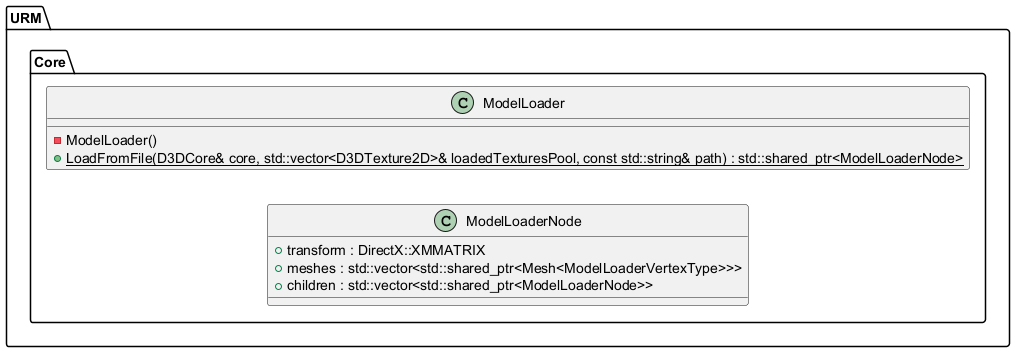
Above: Latex/images/UML/modelloader.png in MinikPLayer/MasterThesis_UniversalRenderingModule_D3D11 (PlantUML), before the change. Its diagram source:
```plantuml
@startuml
left to right direction






namespace URM {
	namespace Core {
		class ModelLoader {
			-ModelLoader()
			+{static} LoadFromFile(D3DCore& core, std::vector<D3DTexture2D>& loadedTexturesPool, const std::string& path) : std::shared_ptr<ModelLoaderNode>
		}

		class ModelLoaderNode {
			+transform : DirectX::XMMATRIX
			+meshes : std::vector<std::shared_ptr<Mesh<ModelLoaderVertexType>>>
			+children : std::vector<std::shared_ptr<ModelLoaderNode>>
		}
	}
}



















@enduml
```
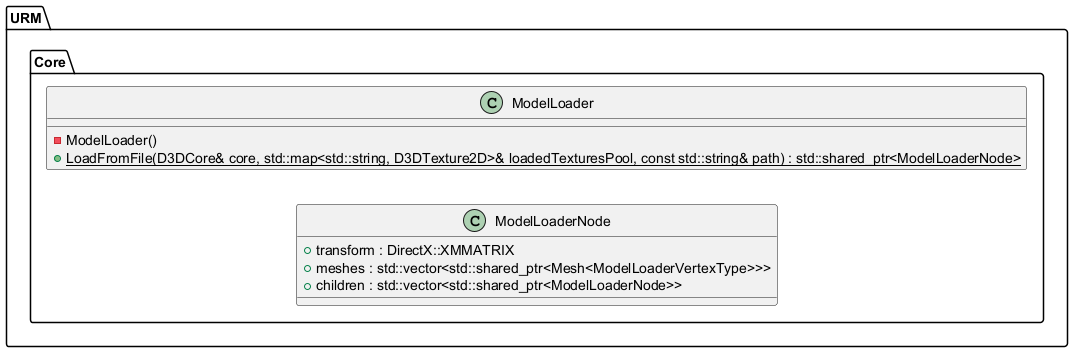
Later version of the same file.

Diff of the diagram source:
```diff
@@ -10,7 +10,7 @@
 	namespace Core {
 		class ModelLoader {
 			-ModelLoader()
-			+{static} LoadFromFile(D3DCore& core, std::vector<D3DTexture2D>& loadedTexturesPool, const std::string& path) : std::shared_ptr<ModelLoaderNode>
+			+{static} LoadFromFile(D3DCore& core, std::map<std::string, D3DTexture2D>& loadedTexturesPool, const std::string& path) : std::shared_ptr<ModelLoaderNode>
 		}
 
 		class ModelLoaderNode {
```
